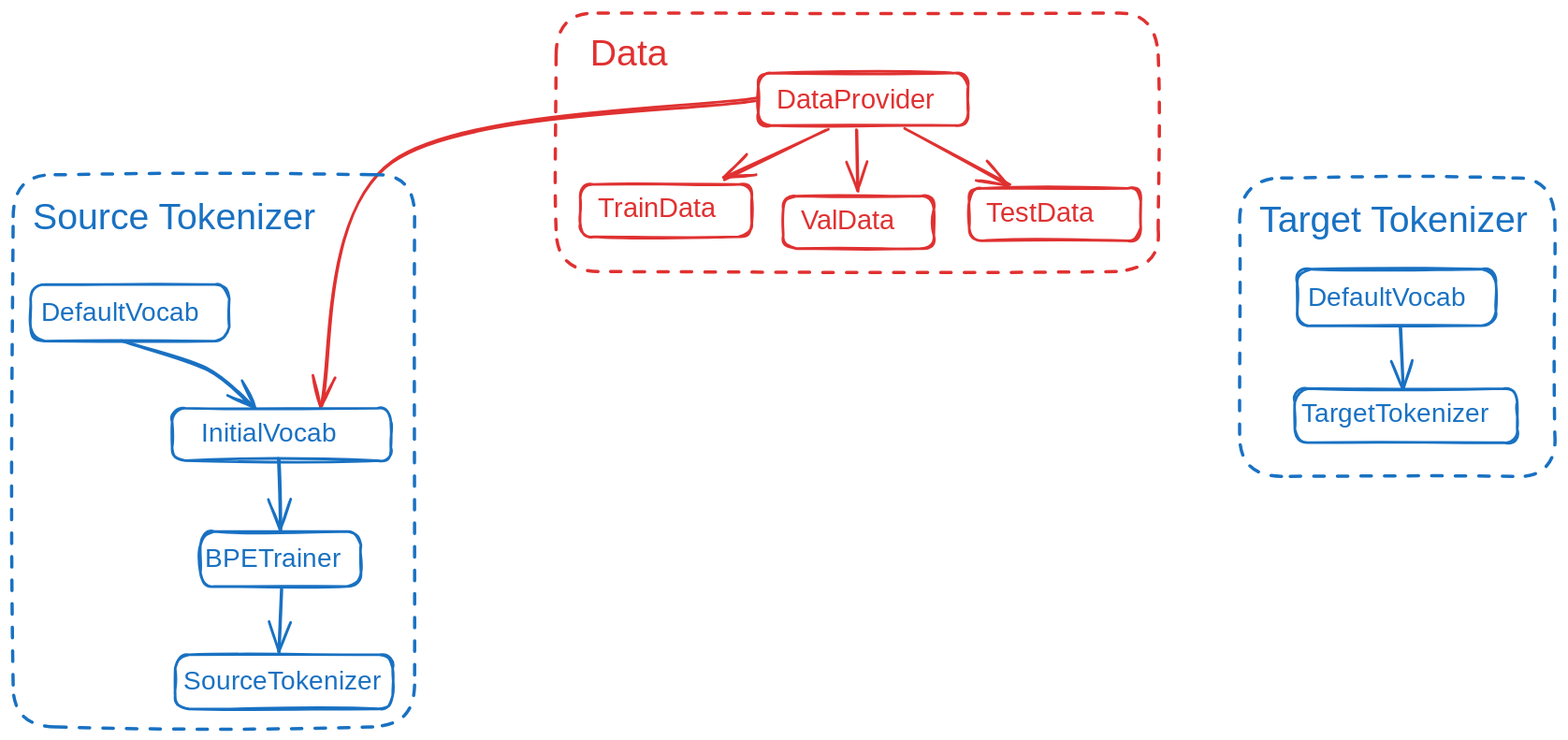
This is arch.excalidraw.svg from Dominux/planimetrics_tasks_diagrams_generator, a Excalidraw export, as it was before one commit. Source tidied: one line per element, renumbered; positions are measured from the earlier drawing's top-left corner, leaving out a move shared by most shapes.
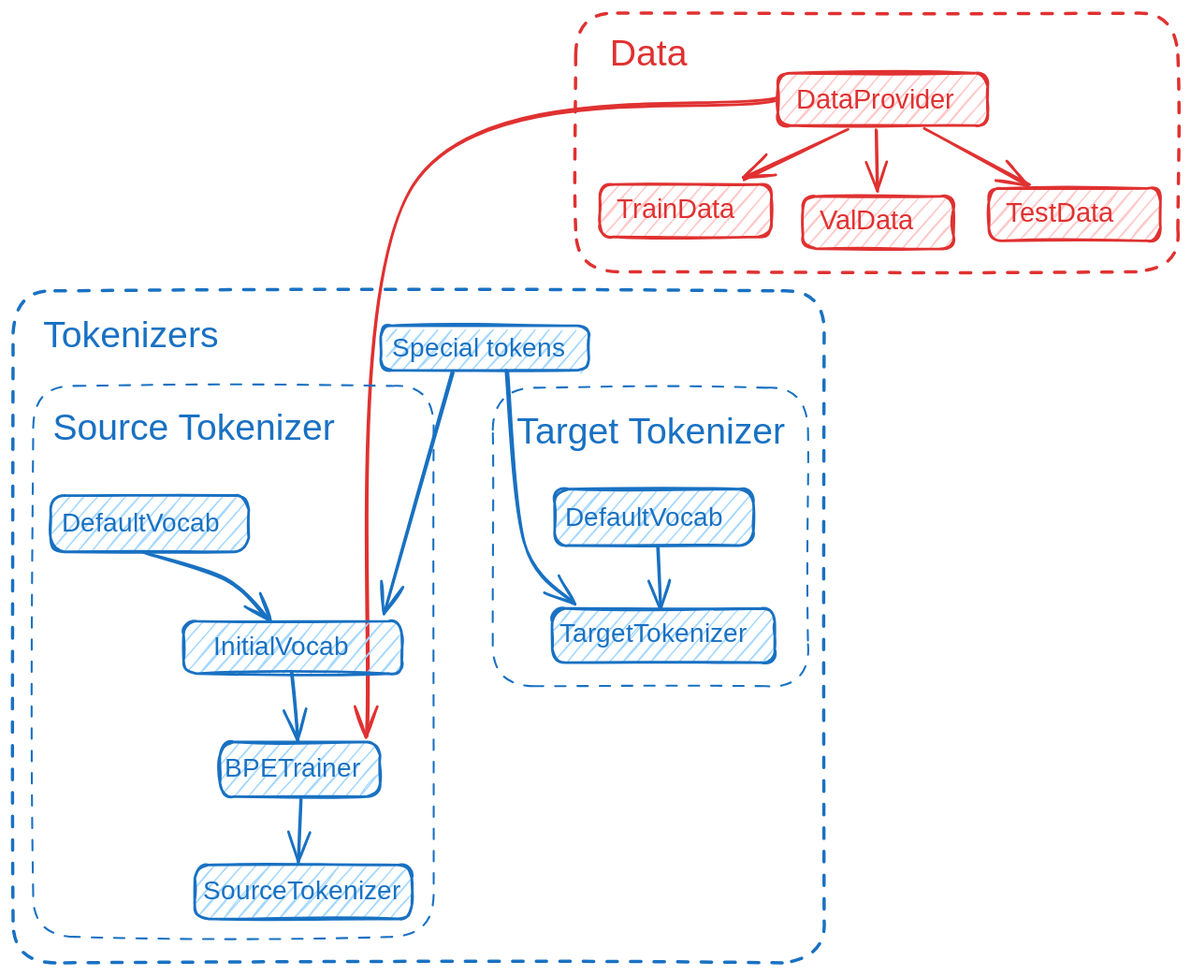
The same diagram one commit later.

What changed in the source:
```diff
@@ -1,34 +1,40 @@
-{"id": 0, "type": "rectangle", "strokeColor": "#e03131", "strokeWidth": 2, "roughness": 1, "round": true, "x": 569, "y": 46, "width": 160, "height": 40}
+{"id": 0, "type": "rectangle", "strokeColor": "#e03131", "backgroundColor": "#ffc9c9", "fillStyle": "hachure", "strokeWidth": 2, "roughness": 1, "round": true, "x": 569, "y": 46, "width": 160, "height": 40}
 {"id": 1, "type": "text", "text": "DataProvider", "strokeColor": "#e03131", "strokeWidth": 2, "roughness": 1, "fontSize": 20.8, "fontFamily": 1, "x": 583, "y": 55, "width": 138, "height": 26}
-{"id": 2, "type": "rectangle", "strokeColor": "#e03131", "strokeWidth": 2, "roughness": 1, "round": true, "x": 433, "y": 131, "width": 131, "height": 40}
+{"id": 2, "type": "rectangle", "strokeColor": "#e03131", "backgroundColor": "#ffc9c9", "fillStyle": "hachure", "strokeWidth": 2, "roughness": 1, "round": true, "x": 433, "y": 131, "width": 131, "height": 40}
 {"id": 3, "type": "text", "text": "TrainData", "strokeColor": "#e03131", "strokeWidth": 2, "roughness": 1, "fontSize": 20.8, "fontFamily": 1, "x": 446, "y": 138, "width": 110, "height": 26}
-{"id": 4, "type": "rectangle", "strokeColor": "#e03131", "strokeWidth": 2, "roughness": 1, "round": true, "x": 588, "y": 140, "width": 115, "height": 40}
+{"id": 4, "type": "rectangle", "strokeColor": "#e03131", "backgroundColor": "#ffc9c9", "fillStyle": "hachure", "strokeWidth": 2, "roughness": 1, "round": true, "x": 588, "y": 140, "width": 115, "height": 40}
-{"id": 5, "type": "text", "text": "ValData", "strokeColor": "#e03131", "strokeWidth": 2, "roughness": 1, "fontSize": 20.8, "fontFamily": 1, "x": 601, "y": 147, "width": 86, "height": 26}
+{"id": 5, "type": "text", "text": "ValData", "strokeColor": "#e03131", "backgroundColor": "#ffc9c9", "fillStyle": "hachure", "strokeWidth": 2, "roughness": 1, "fontSize": 20.8, "fontFamily": 1, "x": 601, "y": 147, "width": 86, "height": 26}
-{"id": 6, "type": "rectangle", "strokeColor": "#e03131", "strokeWidth": 2, "roughness": 1, "round": true, "x": 730, "y": 134, "width": 131, "height": 40}
+{"id": 6, "type": "rectangle", "strokeColor": "#e03131", "backgroundColor": "#ffc9c9", "fillStyle": "hachure", "strokeWidth": 2, "roughness": 1, "round": true, "x": 730, "y": 134, "width": 131, "height": 40}
 {"id": 7, "type": "text", "text": "TestData", "strokeColor": "#e03131", "strokeWidth": 2, "roughness": 1, "fontSize": 20.8, "fontFamily": 1, "x": 743, "y": 141, "width": 107, "height": 26}
 {"id": 8, "type": "arrow", "strokeColor": "#e03131", "strokeWidth": 2, "roughness": 1, "endArrowhead": "arrow", "round": true, "from": 1, "to": 5, "x": 644, "y": 90, "width": 1, "height": 46, "points": [[0, 0], [1, 46]]}
 {"id": 9, "type": "arrow", "strokeColor": "#e03131", "strokeWidth": 2, "roughness": 1, "endArrowhead": "arrow", "round": true, "from": 1, "to": 3, "x": 621, "y": 89, "width": 78, "height": 38, "points": [[0, 0], [-78, 38]]}
 {"id": 10, "type": "arrow", "strokeColor": "#e03131", "strokeWidth": 2, "roughness": 1, "endArrowhead": "arrow", "round": true, "from": 1, "to": 7, "x": 682, "y": 89, "width": 79, "height": 43, "points": [[0, 0], [79, 43]]}
 {"id": 11, "type": "rectangle", "strokeColor": "#e03131", "strokeWidth": 2, "strokeStyle": "dashed", "roughness": 1, "round": true, "x": 415, "y": 0, "width": 460, "height": 197}
 {"id": 12, "type": "text", "text": "Data", "strokeColor": "#e03131", "strokeWidth": 2, "strokeStyle": "dashed", "roughness": 1, "fontSize": 28, "fontFamily": 2, "x": 441, "y": 14, "width": 59, "height": 32}
-{"id": 13, "type": "rectangle", "strokeColor": "#1971c2", "strokeWidth": 2, "roughness": 1, "round": true, "x": 124, "y": 490, "width": 166, "height": 41}
+{"id": 13, "type": "rectangle", "strokeColor": "#1971c2", "backgroundColor": "#a5d8ff", "fillStyle": "hachure", "strokeWidth": 2, "roughness": 1, "round": true, "x": 124, "y": 650, "width": 166, "height": 41}
-{"id": 14, "type": "text", "text": "SourceTokenizer", "strokeColor": "#1971c2", "strokeWidth": 2, "roughness": 1, "fontSize": 19.7, "fontFamily": 1, "x": 130, "y": 499, "width": 154, "height": 25}
+{"id": 14, "type": "text", "text": "SourceTokenizer", "strokeColor": "#1971c2", "strokeWidth": 2, "roughness": 1, "fontSize": 19.65, "fontFamily": 1, "x": 130, "y": 659, "width": 154, "height": 25}
-{"id": 15, "type": "rectangle", "strokeColor": "#1971c2", "strokeWidth": 2, "roughness": 1, "round": true, "x": 143, "y": 396, "width": 123, "height": 42}
+{"id": 15, "type": "rectangle", "strokeColor": "#1971c2", "backgroundColor": "#a5d8ff", "fillStyle": "hachure", "strokeWidth": 2, "roughness": 1, "round": true, "x": 143, "y": 556, "width": 122, "height": 42}
-{"id": 16, "type": "text", "text": "BPETrainer", "strokeColor": "#1971c2", "strokeWidth": 2, "roughness": 1, "fontSize": 20, "fontFamily": 1, "x": 147, "y": 405, "width": 113, "height": 25}
+{"id": 16, "type": "text", "text": "BPETrainer", "strokeColor": "#1971c2", "strokeWidth": 2, "roughness": 1, "fontSize": 19.95, "fontFamily": 1, "x": 147, "y": 566, "width": 112, "height": 25}
-{"id": 17, "type": "arrow", "strokeColor": "#e03131", "strokeWidth": 2, "roughness": 1, "endArrowhead": "arrow", "round": true, "from": 0, "to": 22, "x": 568, "y": 65, "width": 331, "height": 235, "points": [[0, 0], [-278, 48], [-331, 235]]}
+{"id": 17, "type": "arrow", "strokeColor": "#e03131", "strokeWidth": 2, "roughness": 1, "endArrowhead": "arrow", "round": true, "from": 1, "to": 16, "x": 568, "y": 65, "width": 312, "height": 487, "points": [[0, 0], [-278, 66], [-312, 487]]}
-{"id": 18, "type": "arrow", "strokeColor": "#1971c2", "strokeWidth": 2, "roughness": 1, "endArrowhead": "arrow", "round": true, "from": 16, "to": 14, "x": 205, "y": 440, "width": 2, "height": 48, "points": [[0, 0], [-2, 48]]}
+{"id": 18, "type": "arrow", "strokeColor": "#1971c2", "strokeWidth": 2, "roughness": 1, "endArrowhead": "arrow", "round": true, "from": 16, "to": 14, "x": 205, "y": 600, "width": 2, "height": 48, "points": [[0, 0], [-2, 48]]}
-{"id": 19, "type": "rectangle", "strokeColor": "#1971c2", "strokeWidth": 2, "roughness": 1, "round": true, "x": 13, "y": 207, "width": 152, "height": 43}
+{"id": 19, "type": "rectangle", "strokeColor": "#1971c2", "backgroundColor": "#a5d8ff", "fillStyle": "hachure", "strokeWidth": 2, "roughness": 1, "round": true, "x": 14, "y": 368, "width": 151, "height": 43}
-{"id": 20, "type": "text", "text": "DefaultVocab", "strokeColor": "#1971c2", "strokeWidth": 2, "roughness": 1, "fontSize": 20.29, "fontFamily": 1, "x": 22, "y": 217, "width": 134, "height": 25}
+{"id": 20, "type": "text", "text": "DefaultVocab", "strokeColor": "#1971c2", "strokeWidth": 2, "roughness": 1, "fontSize": 20.24, "fontFamily": 1, "x": 22, "y": 378, "width": 134, "height": 25}
-{"id": 21, "type": "rectangle", "strokeColor": "#1971c2", "strokeWidth": 2, "roughness": 1, "round": true, "x": 121, "y": 302, "width": 167, "height": 40}
+{"id": 21, "type": "rectangle", "strokeColor": "#1971c2", "backgroundColor": "#a5d8ff", "fillStyle": "hachure", "strokeWidth": 2, "roughness": 1, "round": true, "x": 115, "y": 464, "width": 167, "height": 40}
-{"id": 22, "type": "text", "text": "InitialVocab", "strokeColor": "#1971c2", "strokeWidth": 2, "roughness": 1, "fontSize": 20, "fontFamily": 1, "x": 144, "y": 310, "width": 114, "height": 25}
+{"id": 22, "type": "text", "text": "InitialVocab", "strokeColor": "#1971c2", "strokeWidth": 2, "roughness": 1, "fontSize": 19.95, "fontFamily": 1, "x": 138, "y": 472, "width": 114, "height": 25}
-{"id": 23, "type": "arrow", "strokeColor": "#1971c2", "strokeWidth": 2, "roughness": 1, "endArrowhead": "arrow", "round": true, "from": 20, "to": 22, "x": 83, "y": 250, "width": 100, "height": 51, "points": [[0, 0], [64, 22], [100, 51]]}
+{"id": 23, "type": "arrow", "strokeColor": "#1971c2", "strokeWidth": 2, "roughness": 1, "endArrowhead": "arrow", "round": true, "from": 20, "to": 22, "x": 83, "y": 411, "width": 97, "height": 53, "points": [[0, 0], [64, 22], [97, 53]]}
-{"id": 24, "type": "arrow", "strokeColor": "#1971c2", "strokeWidth": 2, "roughness": 1, "endArrowhead": "arrow", "round": true, "from": 22, "to": 16, "x": 202, "y": 341, "width": 2, "height": 54, "points": [[0, 0], [2, 54]]}
+{"id": 24, "type": "arrow", "strokeColor": "#1971c2", "strokeWidth": 2, "roughness": 1, "endArrowhead": "arrow", "round": true, "from": 22, "to": 16, "x": 197, "y": 503, "width": 5, "height": 52, "points": [[0, 0], [5, 52]]}
-{"id": 25, "type": "rectangle", "strokeColor": "#1971c2", "strokeWidth": 2, "strokeStyle": "dashed", "roughness": 1, "round": true, "x": 0, "y": 123, "width": 307, "height": 422}
+{"id": 25, "type": "rectangle", "strokeColor": "#1971c2", "strokeWidth": 1, "strokeStyle": "dashed", "roughness": 1, "round": true, "x": 0, "y": 285, "width": 306, "height": 421}
-{"id": 26, "type": "text", "text": "Source Tokenizer", "strokeColor": "#1971c2", "strokeWidth": 2, "strokeStyle": "dashed", "roughness": 1, "fontSize": 28, "fontFamily": 2, "x": 15, "y": 139, "width": 216, "height": 32}
+{"id": 26, "type": "text", "text": "Source Tokenizer", "strokeColor": "#1971c2", "strokeWidth": 2, "strokeStyle": "dashed", "roughness": 1, "fontSize": 27.93, "fontFamily": 2, "x": 15, "y": 300, "width": 216, "height": 32}
-{"id": 27, "type": "rectangle", "strokeColor": "#1971c2", "strokeWidth": 2, "roughness": 1, "round": true, "x": 979, "y": 287, "width": 170, "height": 41}
+{"id": 27, "type": "rectangle", "strokeColor": "#1971c2", "backgroundColor": "#a5d8ff", "fillStyle": "hachure", "strokeWidth": 2, "roughness": 1, "round": true, "x": 397, "y": 454, "width": 170, "height": 41}
-{"id": 28, "type": "text", "text": "TargetTokenizer", "strokeColor": "#1971c2", "strokeWidth": 2, "roughness": 1, "fontSize": 19.7, "fontFamily": 1, "x": 984, "y": 295, "width": 160, "height": 25}
+{"id": 28, "type": "text", "text": "TargetTokenizer", "strokeColor": "#1971c2", "strokeWidth": 2, "roughness": 1, "fontSize": 19.7, "fontFamily": 1, "x": 402, "y": 463, "width": 160, "height": 25}
-{"id": 29, "type": "rectangle", "strokeColor": "#1971c2", "strokeWidth": 2, "roughness": 1, "round": true, "x": 980, "y": 196, "width": 152, "height": 43}
+{"id": 29, "type": "rectangle", "strokeColor": "#1971c2", "backgroundColor": "#a5d8ff", "fillStyle": "hachure", "strokeWidth": 2, "roughness": 1, "round": true, "x": 399, "y": 363, "width": 152, "height": 43}
-{"id": 30, "type": "text", "text": "DefaultVocab", "strokeColor": "#1971c2", "strokeWidth": 2, "roughness": 1, "fontSize": 20.29, "fontFamily": 1, "x": 989, "y": 206, "width": 134, "height": 25}
+{"id": 30, "type": "text", "text": "DefaultVocab", "strokeColor": "#1971c2", "strokeWidth": 2, "roughness": 1, "fontSize": 20.29, "fontFamily": 1, "x": 407, "y": 373, "width": 134, "height": 25}
-{"id": 31, "type": "rectangle", "strokeColor": "#1971c2", "strokeWidth": 2, "strokeStyle": "dashed", "roughness": 1, "round": true, "x": 936, "y": 126, "width": 241, "height": 228}
+{"id": 31, "type": "rectangle", "strokeColor": "#1971c2", "strokeWidth": 1, "strokeStyle": "dashed", "roughness": 1, "round": true, "x": 351, "y": 286, "width": 241, "height": 228}
-{"id": 32, "type": "text", "text": "Target Tokenizer", "strokeColor": "#1971c2", "strokeWidth": 2, "strokeStyle": "dashed", "roughness": 1, "fontSize": 28, "fontFamily": 2, "x": 952, "y": 142, "width": 205, "height": 32}
+{"id": 32, "type": "text", "text": "Target Tokenizer", "strokeColor": "#1971c2", "strokeWidth": 2, "strokeStyle": "dashed", "roughness": 1, "fontSize": 28, "fontFamily": 2, "x": 370, "y": 303, "width": 205, "height": 32}
-{"id": 33, "type": "arrow", "strokeColor": "#1971c2", "strokeWidth": 2, "roughness": 1, "endArrowhead": "arrow", "round": true, "from": 30, "to": 28, "x": 1060, "y": 240, "width": 1, "height": 47, "points": [[0, 0], [1, 47]]}
+{"id": 33, "type": "arrow", "strokeColor": "#1971c2", "strokeWidth": 2, "roughness": 1, "endArrowhead": "arrow", "round": true, "from": 30, "to": 28, "x": 478, "y": 408, "width": 1, "height": 47, "points": [[0, 0], [1, 47]]}
+{"id": 34, "type": "rectangle", "strokeColor": "#1971c2", "backgroundColor": "#a5d8ff", "fillStyle": "hachure", "strokeWidth": 2, "roughness": 1, "round": true, "x": 266, "y": 239, "width": 159, "height": 34}
+{"id": 35, "type": "text", "text": "Special tokens", "strokeColor": "#1971c2", "strokeWidth": 2, "roughness": 1, "fontSize": 20, "fontFamily": 1, "x": 274, "y": 244, "width": 139, "height": 25}
+{"id": 36, "type": "arrow", "strokeColor": "#1971c2", "strokeWidth": 2, "roughness": 1, "endArrowhead": "arrow", "round": true, "from": 35, "to": 21, "x": 320, "y": 274, "width": 52, "height": 185, "points": [[0, 0], [-52, 185]]}
+{"id": 37, "type": "arrow", "strokeColor": "#1971c2", "strokeWidth": 2, "roughness": 1, "endArrowhead": "arrow", "round": true, "from": 35, "to": 28, "x": 363, "y": 274, "width": 50, "height": 176, "points": [[0, 0], [12, 131], [50, 176]]}
+{"id": 38, "type": "rectangle", "strokeColor": "#1971c2", "strokeWidth": 2, "strokeStyle": "dashed", "roughness": 1, "round": true, "x": -15, "y": 212, "width": 619, "height": 513}
+{"id": 39, "type": "text", "text": "Tokenizers", "strokeColor": "#1971c2", "backgroundColor": "#a5d8ff", "fillStyle": "hachure", "strokeWidth": 1, "strokeStyle": "dashed", "roughness": 1, "fontSize": 28, "fontFamily": 2, "x": 8, "y": 229, "width": 134, "height": 32}
```
